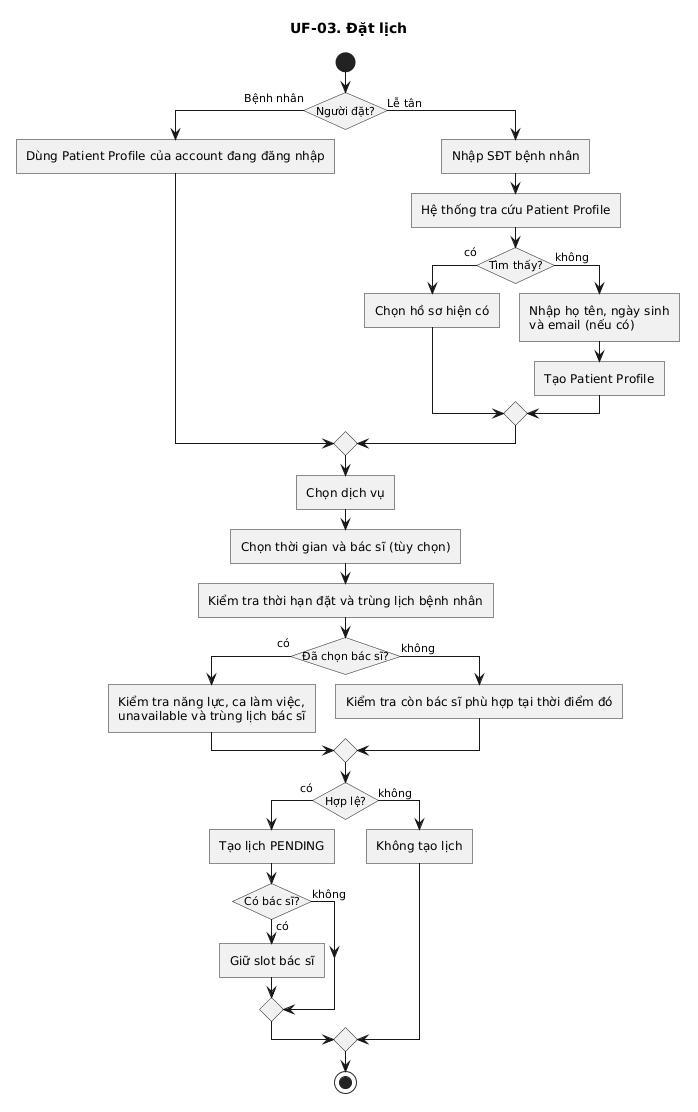
This is doc/user-flow/03-dat-lich.png from KhaVan-oi/ViClinic, a PlantUML export, as it was before one commit.
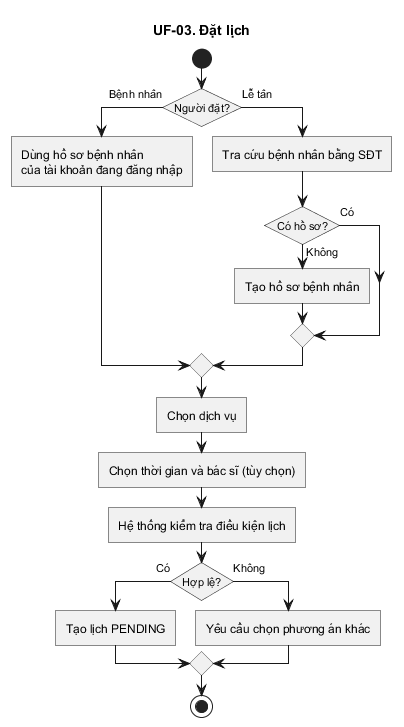
Above is the later version.

What changed in the source:
```diff
@@ -1,43 +1,28 @@
 @startuml
 title UF-03. Đặt lịch
-
 skinparam linetype ortho
 skinparam shadowing false
 skinparam roundcorner 0
 skinparam conditionStyle InsideDiamond
 skinparam conditionEndStyle diamond
-
 start
 if (Người đặt?) then (Bệnh nhân)
-  :Dùng Patient Profile của account đang đăng nhập;
+  :Dùng hồ sơ bệnh nhân
+của tài khoản đang đăng nhập;
 else (Lễ tân)
-  :Nhập SĐT bệnh nhân;
-  :Hệ thống tra cứu Patient Profile;
-  if (Tìm thấy?) then (có)
-    :Chọn hồ sơ hiện có;
-  else (không)
-    :Nhập họ tên, ngày sinh
-và email (nếu có);
-    :Tạo Patient Profile;
+  :Tra cứu bệnh nhân bằng SĐT;
+  if (Có hồ sơ?) then (Có)
+  else (Không)
+    :Tạo hồ sơ bệnh nhân;
   endif
 endif
 :Chọn dịch vụ;
 :Chọn thời gian và bác sĩ (tùy chọn);
-:Kiểm tra thời hạn đặt và trùng lịch bệnh nhân;
-if (Đã chọn bác sĩ?) then (có)
-  :Kiểm tra năng lực, ca làm việc,
-unavailable và trùng lịch bác sĩ;
-else (không)
-  :Kiểm tra còn bác sĩ phù hợp tại thời điểm đó;
-endif
-if (Hợp lệ?) then (có)
+:Hệ thống kiểm tra điều kiện lịch;
+if (Hợp lệ?) then (Có)
   :Tạo lịch PENDING;
-  if (Có bác sĩ?) then (có)
-    :Giữ slot bác sĩ;
-  else (không)
-  endif
-else (không)
-  :Không tạo lịch;
+else (Không)
+  :Yêu cầu chọn phương án khác;
 endif
 stop
 @enduml
```
